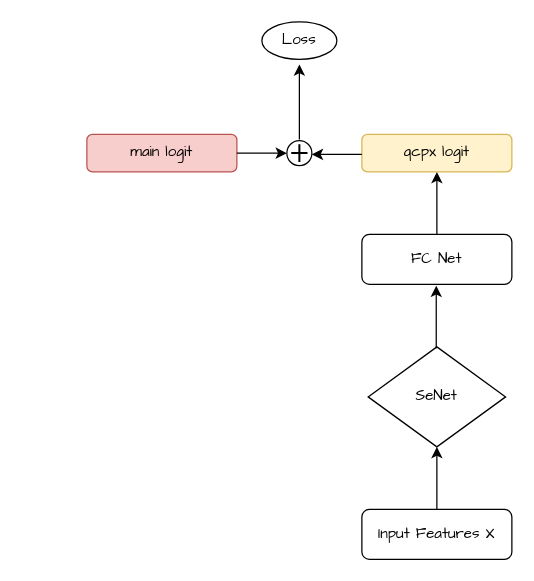
Before: QCPX满减券.drawio in LukeHe/Test, a draw.io diagram. Source tidied: cells renumbered, new cells numbered last; positions are measured from the earlier drawing's top-left corner, leaving out a move shared by most shapes. Both pictures are drawn from the tidied source at 125%, with x=0, y=0 at pixel (86, 21).
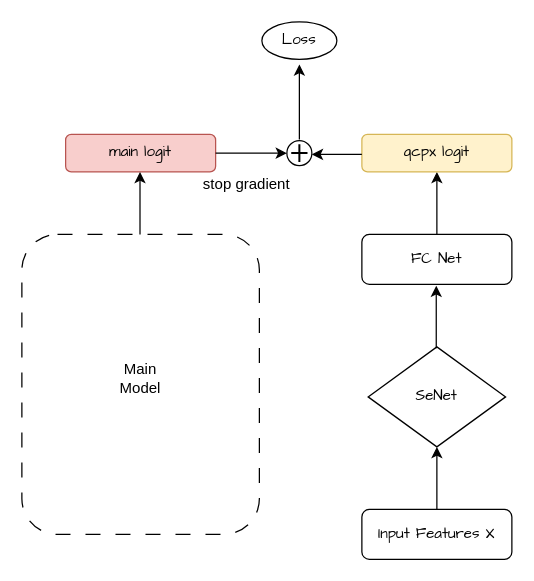
The same page after the edit.

Commit message:
更新QCPX满减券.drawio

Change to the diagram source:
```diff
@@
     <mxCell id="13" value="main logit" style="rounded=1;whiteSpace=wrap;html=1;fontFamily=Comic Sans MS;fillColor=#f8cecc;strokeColor=#b85450;" parent="1" vertex="1">
-      <mxGeometry y="90" width="120" height="30" as="geometry" />
+      <mxGeometry x="-17" y="90" width="120" height="30" as="geometry" />
     </mxCell>
@@
+    <mxCell id="17" style="rounded=1;whiteSpace=wrap;html=1;dashed=1;dashPattern=12 12;" parent="1" vertex="1">
+      <mxGeometry x="-52" y="170" width="190" height="240" as="geometry" />
+    </mxCell>
+    <mxCell id="18" style="endArrow=classic;html=1;rounded=0;fontFamily=Comic Sans MS;" parent="1" edge="1">
+      <mxGeometry relative="1" as="geometry">
+        <mxPoint x="42.5" y="170" as="sourcePoint" />
+        <mxPoint x="42.5" y="120" as="targetPoint" />
+      </mxGeometry>
+    </mxCell>
+    <mxCell id="19" value="stop gradient" style="text;html=1;align=center;verticalAlign=middle;whiteSpace=wrap;rounded=0;" parent="1" vertex="1">
+      <mxGeometry x="90" y="115" width="76" height="30" as="geometry" />
+    </mxCell>
+    <mxCell id="20" value="Main Model" style="text;html=1;align=center;verticalAlign=middle;whiteSpace=wrap;rounded=0;" parent="1" vertex="1">
+      <mxGeometry x="13" y="270" width="60" height="30" as="geometry" />
+    </mxCell>
```
